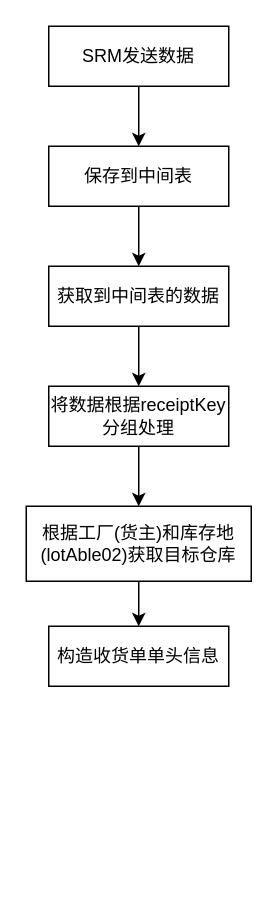
This is SRM入库单.drawio from wsmyyds/wsmyyds.github.io, a draw.io file, before an edit. Source tidied: cells renumbered, new cells numbered last; positions are measured from the earlier drawing's top-left corner, leaving out a move shared by most shapes. Both pictures are drawn from the tidied source at 150%, with x=0, y=0 at pixel (26, 26).
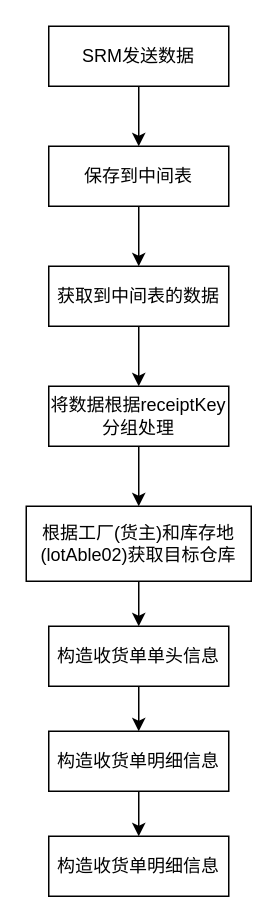
The same diagram, later.

Commit message (it also covers changes not shown here):
更新SRM入库单.drawio

The edit, as a diff of the source:
```diff
@@
 <mxGraphModel>
   <root>
     <mxCell id="0" />
     <mxCell id="1" parent="0" />
     <mxCell id="2" style="edgeStyle=orthogonalEdgeStyle;rounded=0;jettySize=auto;html=1;exitX=0.5;exitY=1;exitDx=0;exitDy=0;" parent="1" edge="1" source="3" target="5">
       <mxGeometry relative="1" as="geometry" />
     </mxCell>
     <mxCell id="3" value="SRM发送数据" style="rounded=0;whiteSpace=wrap;html=1;" parent="1" vertex="1">
       <mxGeometry x="15" width="120" height="40" as="geometry" />
     </mxCell>
     <mxCell id="4" style="edgeStyle=orthogonalEdgeStyle;rounded=0;jettySize=auto;html=1;exitX=0.5;exitY=1;exitDx=0;exitDy=0;entryX=0.5;entryY=0;entryDx=0;entryDy=0;" parent="1" edge="1" source="5" target="7">
       <mxGeometry relative="1" as="geometry" />
     </mxCell>
     <mxCell id="5" value="保存到中间表" style="rounded=0;whiteSpace=wrap;html=1;" parent="1" vertex="1">
       <mxGeometry x="15" y="80" width="120" height="40" as="geometry" />
     </mxCell>
     <mxCell id="6" style="edgeStyle=orthogonalEdgeStyle;rounded=0;jettySize=auto;html=1;exitX=0.5;exitY=1;exitDx=0;exitDy=0;" parent="1" edge="1" source="7" target="9">
       <mxGeometry relative="1" as="geometry" />
     </mxCell>
     <mxCell id="7" value="获取到中间表的数据" style="rounded=0;whiteSpace=wrap;html=1;" parent="1" vertex="1">
       <mxGeometry x="15" y="160" width="120" height="40" as="geometry" />
     </mxCell>
     <mxCell id="8" style="edgeStyle=orthogonalEdgeStyle;rounded=0;jettySize=auto;html=1;exitX=0.5;exitY=1;exitDx=0;exitDy=0;entryX=0.5;entryY=0;entryDx=0;entryDy=0;" parent="1" edge="1" source="9" target="11">
       <mxGeometry relative="1" as="geometry" />
     </mxCell>
     <mxCell id="9" value="将数据根据receiptKey分组处理" style="rounded=0;whiteSpace=wrap;html=1;" parent="1" vertex="1">
       <mxGeometry x="15" y="240" width="120" height="40" as="geometry" />
     </mxCell>
     <mxCell id="10" style="edgeStyle=orthogonalEdgeStyle;rounded=0;jettySize=auto;html=1;exitX=0.5;exitY=1;exitDx=0;exitDy=0;entryX=0.5;entryY=0;entryDx=0;entryDy=0;" parent="1" edge="1" source="11" target="12">
       <mxGeometry relative="1" as="geometry" />
     </mxCell>
     <mxCell id="11" value="根据工厂(货主)和库存地(lotAble02)获取目标仓库" style="rounded=0;whiteSpace=wrap;html=1;" parent="1" vertex="1">
       <mxGeometry y="320" width="150" height="50" as="geometry" />
     </mxCell>
+    <mxCell id="13" style="edgeStyle=orthogonalEdgeStyle;rounded=0;jettySize=auto;html=1;exitX=0.5;exitY=1;exitDx=0;exitDy=0;entryX=0.5;entryY=0;entryDx=0;entryDy=0;" parent="1" edge="1" source="12" target="15">
+      <mxGeometry relative="1" as="geometry" />
+    </mxCell>
     <mxCell id="12" value="构造收货单单头信息" style="rounded=0;whiteSpace=wrap;html=1;" parent="1" vertex="1">
       <mxGeometry x="15" y="400" width="120" height="40" as="geometry" />
     </mxCell>
+    <mxCell id="14" style="edgeStyle=orthogonalEdgeStyle;rounded=0;jettySize=auto;html=1;exitX=0.5;exitY=1;exitDx=0;exitDy=0;" parent="1" edge="1" source="15" target="16">
+      <mxGeometry relative="1" as="geometry" />
+    </mxCell>
+    <mxCell id="15" value="构造收货单明细信息" style="rounded=0;whiteSpace=wrap;html=1;" parent="1" vertex="1">
+      <mxGeometry x="15" y="470" width="120" height="40" as="geometry" />
+    </mxCell>
+    <mxCell id="16" value="构造收货单明细信息" style="rounded=0;whiteSpace=wrap;html=1;" parent="1" vertex="1">
+      <mxGeometry x="15" y="540" width="120" height="40" as="geometry" />
+    </mxCell>
   </root>
 </mxGraphModel>
```
